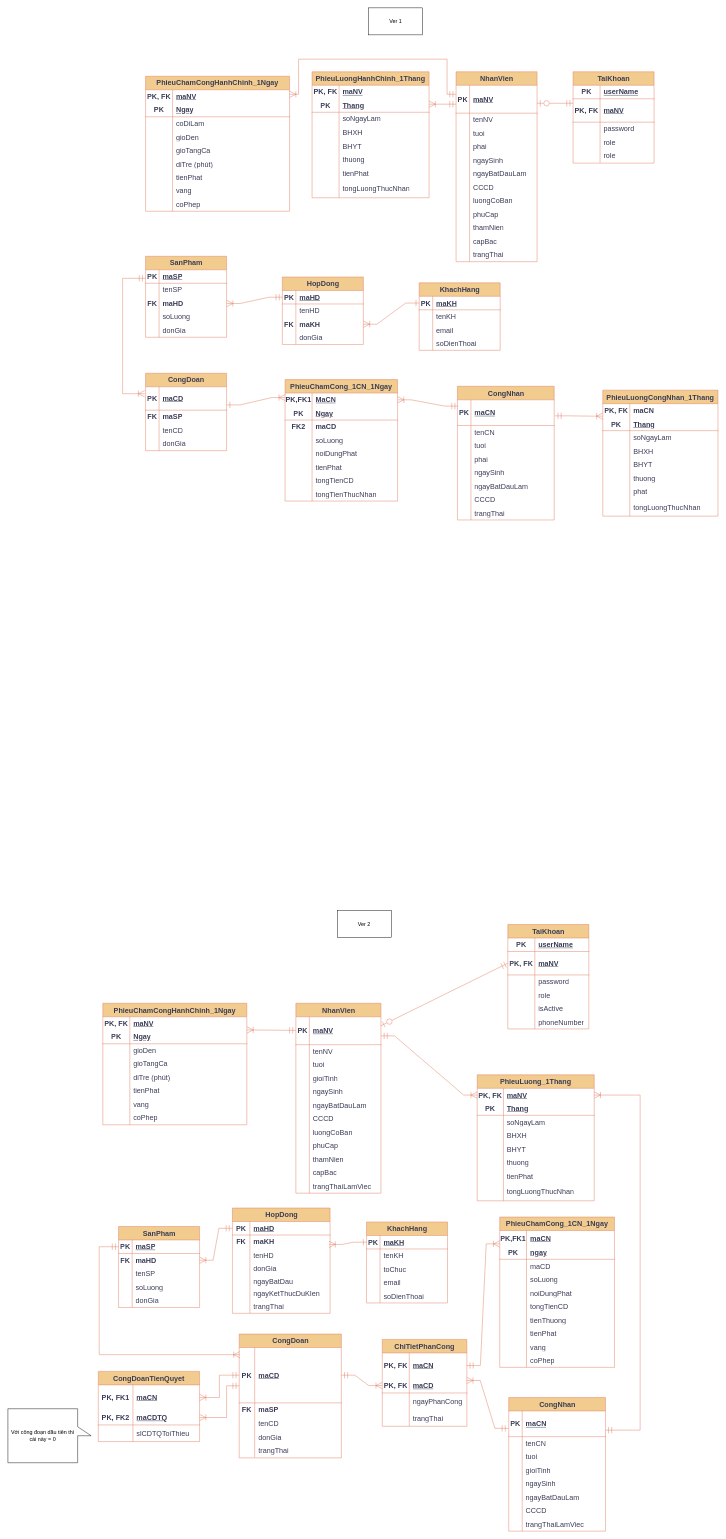
TomTom2k/-management-of-a-ceramic-processing-company keeps this draw.io diagram as EntityRelationshipDiagram.drawio. Above is the earlier version. Source tidied: cells renumbered, new cells numbered last; positions are measured from the earlier drawing's top-left corner, leaving out a move shared by most shapes. Both pictures are drawn from the tidied source at 45%, with x=0, y=0 at pixel (8, 8).
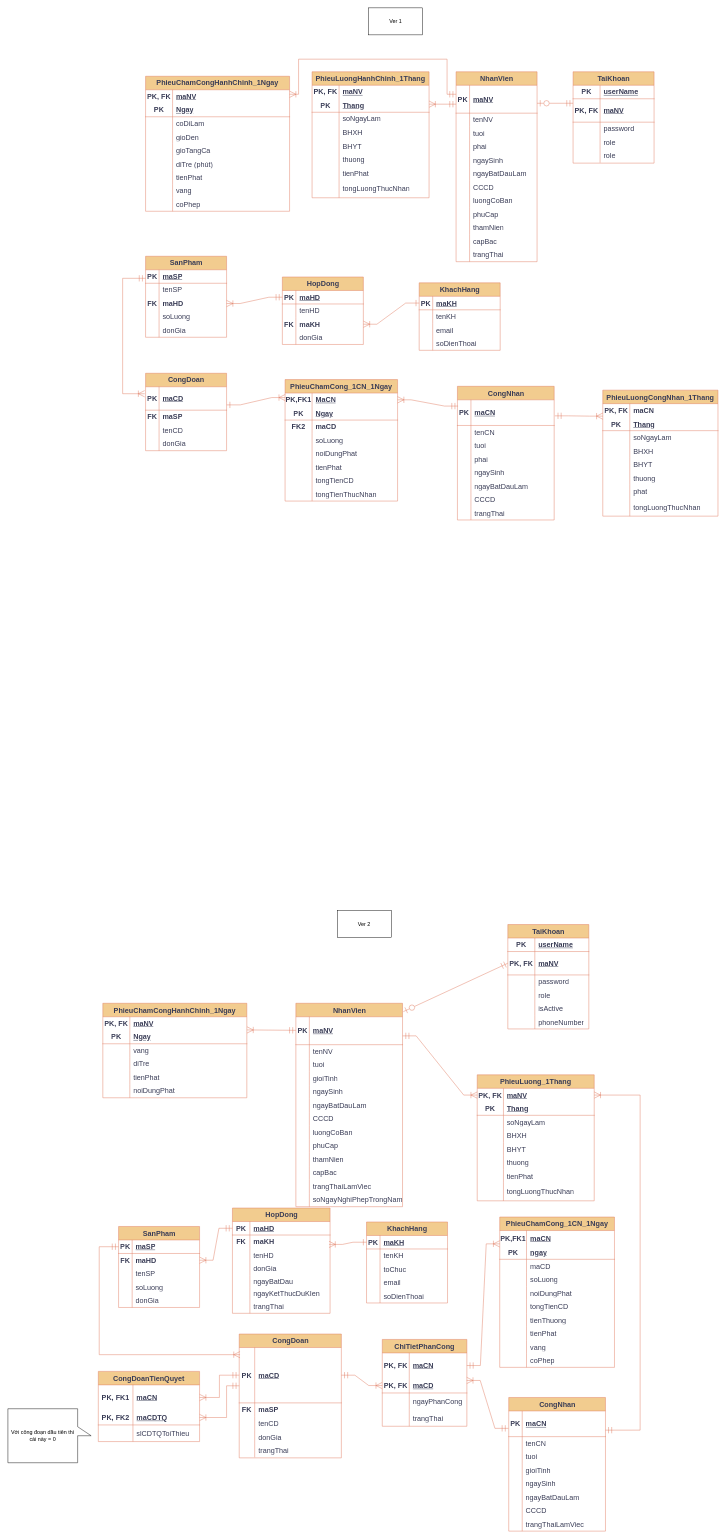
Above is the later version.

Commit message:
Cập nhật EntityRelationshipDiagram.drawio

The change refers to these unchanged cells:
```xml
<mxCell id="402" style="shape=tableRow;horizontal=0;startSize=0;swimlaneHead=0;swimlaneBody=0;fillColor=none;top=0;left=0;right=0;bottom=0;html=1;labelBackgroundColor=none;strokeColor=#E07A5F;fontColor=#393C56;fontSize=16;" parent="395" vertex="1">
  <mxGeometry y="90" width="320" height="30" as="geometry" />
</mxCell>
<mxCell id="405" style="shape=tableRow;horizontal=0;startSize=0;swimlaneHead=0;swimlaneBody=0;fillColor=none;top=0;left=0;right=0;bottom=0;html=1;labelBackgroundColor=none;strokeColor=#E07A5F;fontColor=#393C56;fontSize=16;" parent="395" vertex="1">
  <mxGeometry y="120" width="320" height="30" as="geometry" />
</mxCell>
<mxCell id="408" style="shape=tableRow;horizontal=0;startSize=0;swimlaneHead=0;swimlaneBody=0;fillColor=none;top=0;left=0;right=0;bottom=0;html=1;labelBackgroundColor=none;strokeColor=#E07A5F;fontColor=#393C56;fontSize=16;" parent="395" vertex="1">
  <mxGeometry y="150" width="320" height="30" as="geometry" />
</mxCell>
<mxCell id="411" style="shape=tableRow;horizontal=0;startSize=0;swimlaneHead=0;swimlaneBody=0;fillColor=none;top=0;left=0;right=0;bottom=0;html=1;labelBackgroundColor=none;strokeColor=#E07A5F;fontColor=#393C56;fontSize=16;" parent="395" vertex="1">
  <mxGeometry y="180" width="320" height="30" as="geometry" />
</mxCell>
<mxCell id="450" style="shape=tableRow;horizontal=0;startSize=0;swimlaneHead=0;swimlaneBody=0;fillColor=none;points=[[0,0.5],[1,0.5]];portConstraint=eastwest;top=0;left=0;right=0;bottom=1;labelBackgroundColor=none;strokeColor=#E07A5F;fontColor=#393C56;fontSize=16;" parent="446" vertex="1">
  <mxGeometry y="60" width="180" height="52" as="geometry" />
</mxCell>
```

What changed in the source:
```diff
@@
     <mxCell id="358" value="NhanVien" style="shape=table;startSize=30;childLayout=tableLayout;rowLines=0;fontStyle=1;align=center;html=1;labelBackgroundColor=none;fillColor=#F2CC8F;strokeColor=#E07A5F;fontColor=#393C56;fontSize=16;" parent="1" vertex="1">
-      <mxGeometry x="640" y="2212" width="189" height="422" as="geometry" />
+      <mxGeometry x="640" y="2212" width="237" height="452" as="geometry" />
     </mxCell>
     <mxCell id="359" style="shape=tableRow;horizontal=0;startSize=0;swimlaneHead=0;swimlaneBody=0;fillColor=none;points=[[0,0.5],[1,0.5]];portConstraint=eastwest;top=0;left=0;right=0;bottom=1;labelBackgroundColor=none;strokeColor=#E07A5F;fontColor=#393C56;fontSize=16;" parent="358" vertex="1">
-      <mxGeometry y="30" width="189" height="62" as="geometry" />
+      <mxGeometry y="30" width="237" height="62" as="geometry" />
     </mxCell>
@@
     <mxCell id="361" value="maNV" style="shape=partialRectangle;fillColor=none;top=0;left=0;bottom=0;right=0;align=left;spacingLeft=6;fontStyle=5;overflow=hidden;whiteSpace=wrap;html=1;labelBackgroundColor=none;strokeColor=#E07A5F;fontColor=#393C56;fontSize=16;" parent="359" vertex="1">
-      <mxGeometry x="30" width="159" height="62" as="geometry" />
+      <mxGeometry x="30" width="207" height="62" as="geometry" />
     </mxCell>
     <mxCell id="362" style="shape=tableRow;horizontal=0;startSize=0;swimlaneHead=0;swimlaneBody=0;fillColor=none;top=0;left=0;right=0;bottom=0;labelBackgroundColor=none;strokeColor=#E07A5F;fontColor=#393C56;fontSize=16;" parent="358" vertex="1">
-      <mxGeometry y="92" width="189" height="30" as="geometry" />
+      <mxGeometry y="92" width="237" height="30" as="geometry" />
     </mxCell>
@@
     <mxCell id="364" value="tenNV" style="shape=partialRectangle;fillColor=none;top=0;left=0;bottom=0;right=0;align=left;spacingLeft=6;overflow=hidden;whiteSpace=wrap;html=1;labelBackgroundColor=none;strokeColor=#E07A5F;fontColor=#393C56;fontSize=16;" parent="362" vertex="1">
-      <mxGeometry x="30" width="159" height="30" as="geometry" />
+      <mxGeometry x="30" width="207" height="30" as="geometry" />
     </mxCell>
     <mxCell id="365" style="shape=tableRow;horizontal=0;startSize=0;swimlaneHead=0;swimlaneBody=0;fillColor=none;top=0;left=0;right=0;bottom=0;labelBackgroundColor=none;strokeColor=#E07A5F;fontColor=#393C56;fontSize=16;" parent="358" vertex="1">
-      <mxGeometry y="122" width="189" height="30" as="geometry" />
+      <mxGeometry y="122" width="237" height="30" as="geometry" />
     </mxCell>
@@
     <mxCell id="367" value="tuoi" style="shape=partialRectangle;fillColor=none;top=0;left=0;bottom=0;right=0;align=left;spacingLeft=6;overflow=hidden;whiteSpace=wrap;html=1;labelBackgroundColor=none;strokeColor=#E07A5F;fontColor=#393C56;fontSize=16;" parent="365" vertex="1">
-      <mxGeometry x="30" width="159" height="30" as="geometry" />
+      <mxGeometry x="30" width="207" height="30" as="geometry" />
     </mxCell>
     <mxCell id="368" style="shape=tableRow;horizontal=0;startSize=0;swimlaneHead=0;swimlaneBody=0;fillColor=none;top=0;left=0;right=0;bottom=0;labelBackgroundColor=none;strokeColor=#E07A5F;fontColor=#393C56;fontSize=16;" parent="358" vertex="1">
-      <mxGeometry y="152" width="189" height="30" as="geometry" />
+      <mxGeometry y="152" width="237" height="30" as="geometry" />
     </mxCell>
@@
     <mxCell id="370" value="gioiTinh" style="shape=partialRectangle;fillColor=none;top=0;left=0;bottom=0;right=0;align=left;spacingLeft=6;overflow=hidden;whiteSpace=wrap;html=1;labelBackgroundColor=none;strokeColor=#E07A5F;fontColor=#393C56;fontSize=16;" parent="368" vertex="1">
-      <mxGeometry x="30" width="159" height="30" as="geometry" />
+      <mxGeometry x="30" width="207" height="30" as="geometry" />
     </mxCell>
     <mxCell id="371" style="shape=tableRow;horizontal=0;startSize=0;swimlaneHead=0;swimlaneBody=0;fillColor=none;top=0;left=0;right=0;bottom=0;labelBackgroundColor=none;strokeColor=#E07A5F;fontColor=#393C56;fontSize=16;" parent="358" vertex="1">
-      <mxGeometry y="182" width="189" height="30" as="geometry" />
+      <mxGeometry y="182" width="237" height="30" as="geometry" />
     </mxCell>
@@
     <mxCell id="373" value="ngaySinh" style="shape=partialRectangle;fillColor=none;top=0;left=0;bottom=0;right=0;align=left;spacingLeft=6;overflow=hidden;whiteSpace=wrap;html=1;labelBackgroundColor=none;strokeColor=#E07A5F;fontColor=#393C56;fontSize=16;" parent="371" vertex="1">
-      <mxGeometry x="30" width="159" height="30" as="geometry" />
+      <mxGeometry x="30" width="207" height="30" as="geometry" />
     </mxCell>
     <mxCell id="374" style="shape=tableRow;horizontal=0;startSize=0;swimlaneHead=0;swimlaneBody=0;fillColor=none;top=0;left=0;right=0;bottom=0;labelBackgroundColor=none;strokeColor=#E07A5F;fontColor=#393C56;fontSize=16;" parent="358" vertex="1">
-      <mxGeometry y="212" width="189" height="30" as="geometry" />
+      <mxGeometry y="212" width="237" height="30" as="geometry" />
     </mxCell>
@@
     <mxCell id="376" value="ngayBatDauLam" style="shape=partialRectangle;fillColor=none;top=0;left=0;bottom=0;right=0;align=left;spacingLeft=6;overflow=hidden;whiteSpace=wrap;html=1;labelBackgroundColor=none;strokeColor=#E07A5F;fontColor=#393C56;fontSize=16;" parent="374" vertex="1">
-      <mxGeometry x="30" width="159" height="30" as="geometry" />
+      <mxGeometry x="30" width="207" height="30" as="geometry" />
     </mxCell>
     <mxCell id="377" style="shape=tableRow;horizontal=0;startSize=0;swimlaneHead=0;swimlaneBody=0;fillColor=none;top=0;left=0;right=0;bottom=0;labelBackgroundColor=none;strokeColor=#E07A5F;fontColor=#393C56;fontSize=16;" parent="358" vertex="1">
-      <mxGeometry y="242" width="189" height="30" as="geometry" />
+      <mxGeometry y="242" width="237" height="30" as="geometry" />
     </mxCell>
@@
     <mxCell id="379" value="CCCD" style="shape=partialRectangle;fillColor=none;top=0;left=0;bottom=0;right=0;align=left;spacingLeft=6;overflow=hidden;whiteSpace=wrap;html=1;labelBackgroundColor=none;strokeColor=#E07A5F;fontColor=#393C56;fontSize=16;" parent="377" vertex="1">
-      <mxGeometry x="30" width="159" height="30" as="geometry" />
+      <mxGeometry x="30" width="207" height="30" as="geometry" />
     </mxCell>
     <mxCell id="380" style="shape=tableRow;horizontal=0;startSize=0;swimlaneHead=0;swimlaneBody=0;fillColor=none;top=0;left=0;right=0;bottom=0;labelBackgroundColor=none;strokeColor=#E07A5F;fontColor=#393C56;fontSize=16;" parent="358" vertex="1">
-      <mxGeometry y="272" width="189" height="30" as="geometry" />
+      <mxGeometry y="272" width="237" height="30" as="geometry" />
     </mxCell>
@@
     <mxCell id="382" value="luongCoBan" style="shape=partialRectangle;fillColor=none;top=0;left=0;bottom=0;right=0;align=left;spacingLeft=6;overflow=hidden;whiteSpace=wrap;html=1;labelBackgroundColor=none;strokeColor=#E07A5F;fontColor=#393C56;fontSize=16;" parent="380" vertex="1">
-      <mxGeometry x="30" width="159" height="30" as="geometry" />
+      <mxGeometry x="30" width="207" height="30" as="geometry" />
     </mxCell>
     <mxCell id="383" style="shape=tableRow;horizontal=0;startSize=0;swimlaneHead=0;swimlaneBody=0;fillColor=none;top=0;left=0;right=0;bottom=0;labelBackgroundColor=none;strokeColor=#E07A5F;fontColor=#393C56;fontSize=16;" parent="358" vertex="1">
-      <mxGeometry y="302" width="189" height="30" as="geometry" />
+      <mxGeometry y="302" width="237" height="30" as="geometry" />
     </mxCell>
@@
     <mxCell id="385" value="phuCap" style="shape=partialRectangle;fillColor=none;top=0;left=0;bottom=0;right=0;align=left;spacingLeft=6;overflow=hidden;whiteSpace=wrap;html=1;labelBackgroundColor=none;strokeColor=#E07A5F;fontColor=#393C56;fontSize=16;" parent="383" vertex="1">
-      <mxGeometry x="30" width="159" height="30" as="geometry" />
+      <mxGeometry x="30" width="207" height="30" as="geometry" />
     </mxCell>
     <mxCell id="386" style="shape=tableRow;horizontal=0;startSize=0;swimlaneHead=0;swimlaneBody=0;fillColor=none;top=0;left=0;right=0;bottom=0;labelBackgroundColor=none;strokeColor=#E07A5F;fontColor=#393C56;fontSize=16;" parent="358" vertex="1">
-      <mxGeometry y="332" width="189" height="30" as="geometry" />
+      <mxGeometry y="332" width="237" height="30" as="geometry" />
     </mxCell>
@@
     <mxCell id="388" value="thamNien" style="shape=partialRectangle;fillColor=none;top=0;left=0;bottom=0;right=0;align=left;spacingLeft=6;overflow=hidden;whiteSpace=wrap;html=1;labelBackgroundColor=none;strokeColor=#E07A5F;fontColor=#393C56;fontSize=16;" parent="386" vertex="1">
-      <mxGeometry x="30" width="159" height="30" as="geometry" />
+      <mxGeometry x="30" width="207" height="30" as="geometry" />
     </mxCell>
     <mxCell id="389" style="shape=tableRow;horizontal=0;startSize=0;swimlaneHead=0;swimlaneBody=0;fillColor=none;top=0;left=0;right=0;bottom=0;labelBackgroundColor=none;strokeColor=#E07A5F;fontColor=#393C56;fontSize=16;" parent="358" vertex="1">
-      <mxGeometry y="362" width="189" height="30" as="geometry" />
+      <mxGeometry y="362" width="237" height="30" as="geometry" />
     </mxCell>
@@
     <mxCell id="391" value="capBac" style="shape=partialRectangle;fillColor=none;top=0;left=0;bottom=0;right=0;align=left;spacingLeft=6;overflow=hidden;whiteSpace=wrap;html=1;labelBackgroundColor=none;strokeColor=#E07A5F;fontColor=#393C56;fontSize=16;" parent="389" vertex="1">
-      <mxGeometry x="30" width="159" height="30" as="geometry" />
+      <mxGeometry x="30" width="207" height="30" as="geometry" />
     </mxCell>
     <mxCell id="392" style="shape=tableRow;horizontal=0;startSize=0;swimlaneHead=0;swimlaneBody=0;fillColor=none;top=0;left=0;right=0;bottom=0;labelBackgroundColor=none;strokeColor=#E07A5F;fontColor=#393C56;fontSize=16;" parent="358" vertex="1">
-      <mxGeometry y="392" width="189" height="30" as="geometry" />
+      <mxGeometry y="392" width="237" height="30" as="geometry" />
     </mxCell>
@@
     <mxCell id="394" value="trangThaiLamViec" style="shape=partialRectangle;fillColor=none;top=0;left=0;bottom=0;right=0;align=left;spacingLeft=6;overflow=hidden;whiteSpace=wrap;html=1;labelBackgroundColor=none;strokeColor=#E07A5F;fontColor=#393C56;fontSize=16;" parent="392" vertex="1">
-      <mxGeometry x="30" width="159" height="30" as="geometry" />
+      <mxGeometry x="30" width="207" height="30" as="geometry" />
     </mxCell>
+    <mxCell id="517" style="shape=tableRow;horizontal=0;startSize=0;swimlaneHead=0;swimlaneBody=0;fillColor=none;top=0;left=0;right=0;bottom=0;labelBackgroundColor=none;strokeColor=#E07A5F;fontColor=#393C56;fontSize=16;" parent="358" vertex="1">
+      <mxGeometry y="422" width="237" height="30" as="geometry" />
+    </mxCell>
+    <mxCell id="518" style="shape=partialRectangle;fillColor=none;top=0;left=0;bottom=0;right=0;overflow=hidden;whiteSpace=wrap;html=1;labelBackgroundColor=none;strokeColor=#E07A5F;fontColor=#393C56;fontSize=16;" parent="517" vertex="1">
+      <mxGeometry width="30" height="30" as="geometry" />
+    </mxCell>
+    <mxCell id="519" value="soNgayNghiPhepTrongNam" style="shape=partialRectangle;fillColor=none;top=0;left=0;bottom=0;right=0;align=left;spacingLeft=6;overflow=hidden;whiteSpace=wrap;html=1;labelBackgroundColor=none;strokeColor=#E07A5F;fontColor=#393C56;fontSize=16;" parent="517" vertex="1">
+      <mxGeometry x="30" width="207" height="30" as="geometry" />
+    </mxCell>
     <mxCell id="395" value="PhieuChamCongHanhChinh_1Ngay" style="shape=table;startSize=30;childLayout=tableLayout;rowLines=0;fontStyle=1;align=center;html=1;whiteSpace=wrap;labelBackgroundColor=none;fillColor=#F2CC8F;strokeColor=#E07A5F;fontColor=#393C56;fontSize=16;" parent="1" vertex="1">
-      <mxGeometry x="211" y="2212" width="320" height="270" as="geometry" />
+      <mxGeometry x="211" y="2212" width="320" height="210" as="geometry" />
     </mxCell>
@@
-    <mxCell id="404" value="gioDen" style="shape=partialRectangle;fillColor=none;top=0;left=0;bottom=0;right=0;align=left;spacingLeft=6;overflow=hidden;html=1;whiteSpace=wrap;labelBackgroundColor=none;strokeColor=#E07A5F;fontColor=#393C56;fontSize=16;" parent="402" vertex="1">
+    <mxCell id="404" value="vang" style="shape=partialRectangle;fillColor=none;top=0;left=0;bottom=0;right=0;align=left;spacingLeft=6;overflow=hidden;html=1;whiteSpace=wrap;labelBackgroundColor=none;strokeColor=#E07A5F;fontColor=#393C56;fontSize=16;" parent="402" vertex="1">
       <mxGeometry x="60" width="260" height="30" as="geometry" />
     </mxCell>
@@
-    <mxCell id="407" value="gioTangCa" style="shape=partialRectangle;fillColor=none;top=0;left=0;bottom=0;right=0;align=left;spacingLeft=6;overflow=hidden;html=1;whiteSpace=wrap;labelBackgroundColor=none;strokeColor=#E07A5F;fontColor=#393C56;fontSize=16;" parent="405" vertex="1">
+    <mxCell id="407" value="diTre" style="shape=partialRectangle;fillColor=none;top=0;left=0;bottom=0;right=0;align=left;spacingLeft=6;overflow=hidden;html=1;whiteSpace=wrap;labelBackgroundColor=none;strokeColor=#E07A5F;fontColor=#393C56;fontSize=16;" parent="405" vertex="1">
       <mxGeometry x="60" width="260" height="30" as="geometry" />
     </mxCell>
@@
-    <mxCell id="410" value="diTre (phút)" style="shape=partialRectangle;fillColor=none;top=0;left=0;bottom=0;right=0;align=left;spacingLeft=6;overflow=hidden;html=1;whiteSpace=wrap;labelBackgroundColor=none;strokeColor=#E07A5F;fontColor=#393C56;fontSize=16;" parent="408" vertex="1">
+    <mxCell id="410" value="tienPhat" style="shape=partialRectangle;fillColor=none;top=0;left=0;bottom=0;right=0;align=left;spacingLeft=6;overflow=hidden;html=1;whiteSpace=wrap;labelBackgroundColor=none;strokeColor=#E07A5F;fontColor=#393C56;fontSize=16;" parent="408" vertex="1">
       <mxGeometry x="60" width="260" height="30" as="geometry" />
     </mxCell>
@@
-    <mxCell id="413" value="tienPhat" style="shape=partialRectangle;fillColor=none;top=0;left=0;bottom=0;right=0;align=left;spacingLeft=6;overflow=hidden;html=1;whiteSpace=wrap;labelBackgroundColor=none;strokeColor=#E07A5F;fontColor=#393C56;fontSize=16;" parent="411" vertex="1">
+    <mxCell id="413" value="noiDungPhat" style="shape=partialRectangle;fillColor=none;top=0;left=0;bottom=0;right=0;align=left;spacingLeft=6;overflow=hidden;html=1;whiteSpace=wrap;labelBackgroundColor=none;strokeColor=#E07A5F;fontColor=#393C56;fontSize=16;" parent="411" vertex="1">
       <mxGeometry x="60" width="260" height="30" as="geometry" />
     </mxCell>
-    <mxCell id="414" style="shape=tableRow;horizontal=0;startSize=0;swimlaneHead=0;swimlaneBody=0;fillColor=none;top=0;left=0;right=0;bottom=0;html=1;labelBackgroundColor=none;strokeColor=#E07A5F;fontColor=#393C56;fontSize=16;" parent="395" vertex="1">
-      <mxGeometry y="210" width="320" height="30" as="geometry" />
-    </mxCell>
-    <mxCell id="415" style="shape=partialRectangle;fillColor=none;top=0;left=0;bottom=0;right=0;overflow=hidden;html=1;whiteSpace=wrap;labelBackgroundColor=none;strokeColor=#E07A5F;fontColor=#393C56;fontSize=16;" parent="414" vertex="1">
-      <mxGeometry width="60" height="30" as="geometry" />
-    </mxCell>
-    <mxCell id="416" value="vang&amp;nbsp;" style="shape=partialRectangle;fillColor=none;top=0;left=0;bottom=0;right=0;align=left;spacingLeft=6;overflow=hidden;html=1;whiteSpace=wrap;labelBackgroundColor=none;strokeColor=#E07A5F;fontColor=#393C56;fontSize=16;" parent="414" vertex="1">
-      <mxGeometry x="60" width="260" height="30" as="geometry" />
-    </mxCell>
-    <mxCell id="417" style="shape=tableRow;horizontal=0;startSize=0;swimlaneHead=0;swimlaneBody=0;fillColor=none;top=0;left=0;right=0;bottom=0;html=1;labelBackgroundColor=none;strokeColor=#E07A5F;fontColor=#393C56;fontSize=16;" parent="395" vertex="1">
-      <mxGeometry y="240" width="320" height="30" as="geometry" />
-    </mxCell>
-    <mxCell id="418" style="shape=partialRectangle;fillColor=none;top=0;left=0;bottom=0;right=0;overflow=hidden;html=1;whiteSpace=wrap;labelBackgroundColor=none;strokeColor=#E07A5F;fontColor=#393C56;fontSize=16;" parent="417" vertex="1">
-      <mxGeometry width="60" height="30" as="geometry" />
-    </mxCell>
-    <mxCell id="419" value="coPhep" style="shape=partialRectangle;fillColor=none;top=0;left=0;bottom=0;right=0;align=left;spacingLeft=6;overflow=hidden;html=1;whiteSpace=wrap;labelBackgroundColor=none;strokeColor=#E07A5F;fontColor=#393C56;fontSize=16;" parent="417" vertex="1">
-      <mxGeometry x="60" width="260" height="30" as="geometry" />
-    </mxCell>
@@
-    <mxCell id="445" style="rounded=0;jettySize=auto;html=1;startArrow=ERmandOne;startFill=0;endArrow=ERzeroToOne;endFill=0;labelBackgroundColor=none;fontColor=default;strokeColor=#E07A5F;fontSize=16;endSize=12;startSize=12;exitX=0;exitY=0.5;exitDx=0;exitDy=0;" parent="1" edge="1" source="450">
-      <mxGeometry relative="1" as="geometry">
-        <mxPoint x="829" y="2262" as="targetPoint" />
-      </mxGeometry>
+    <mxCell id="445" style="rounded=0;jettySize=auto;html=1;startArrow=ERmandOne;startFill=0;endArrow=ERzeroToOne;endFill=0;labelBackgroundColor=none;fontColor=default;strokeColor=#E07A5F;fontSize=16;endSize=12;startSize=12;exitX=0;exitY=0.5;exitDx=0;exitDy=0;entryX=1.008;entryY=0.041;entryDx=0;entryDy=0;entryPerimeter=0;" parent="1" edge="1" source="450" target="358">
+      <mxGeometry relative="1" as="geometry" />
     </mxCell>
```
